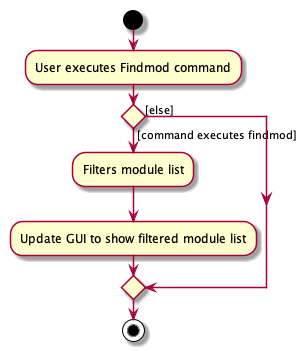
The PlantUML diagram docs/images/FindmodActivityDiagram.png in nus-cs2103-AY2021S1/tp, before a commit. Its diagram source:
```plantuml
@startuml
start
:User executes Findmod command;


if () then ([command executes findmod])
    :Filters module list;
    :Update GUI to show filtered module list;
else ([else])
endif
stop
@enduml
```
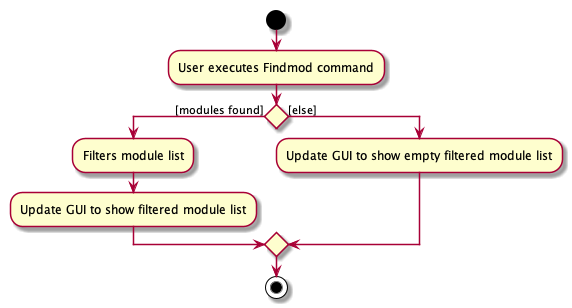
Above is the later version.

Change to the diagram source:
```diff
@@ -3,10 +3,11 @@
 :User executes Findmod command;
 
 
-if () then ([command executes findmod])
+if () then ([modules found])
     :Filters module list;
     :Update GUI to show filtered module list;
 else ([else])
+    :Update GUI to show empty filtered module list;
 endif
 stop
 @enduml
```
